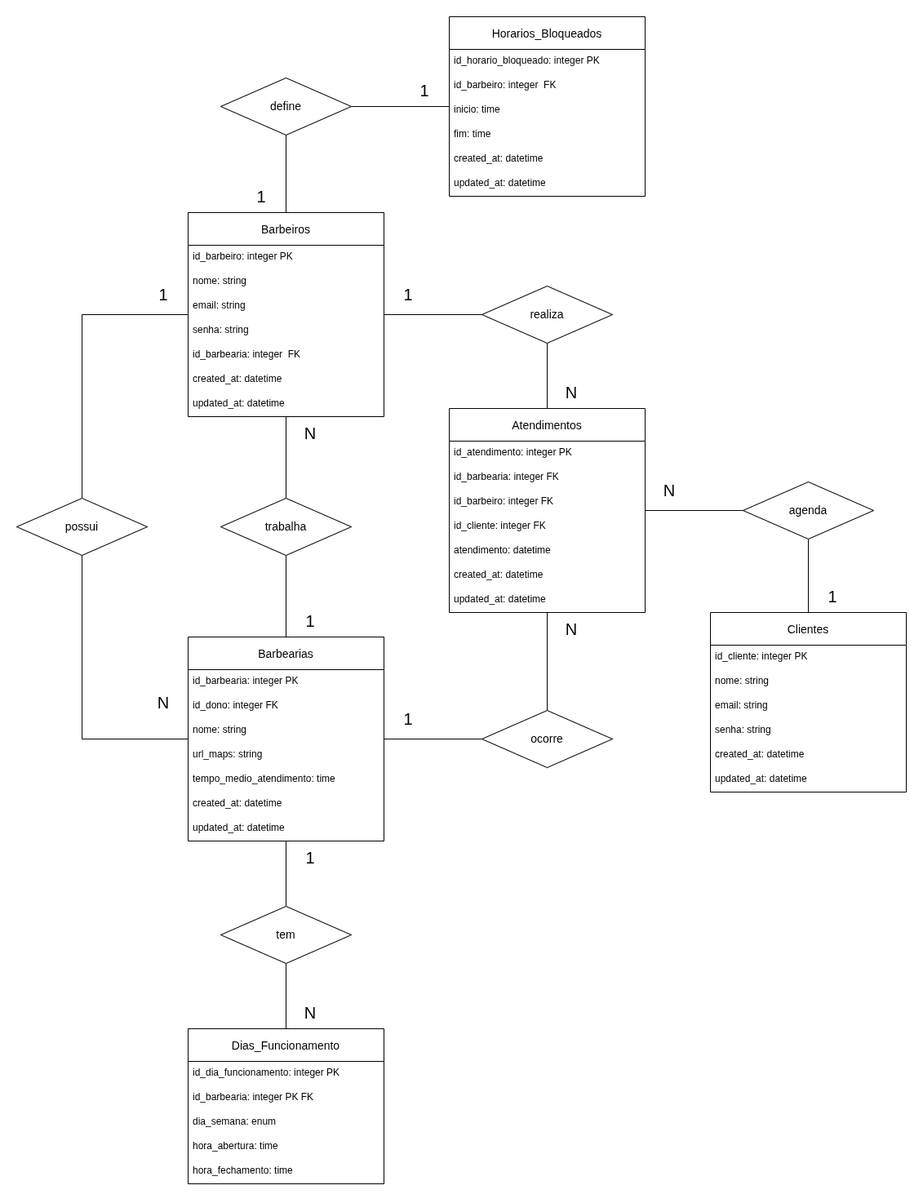
Before: documentation/DER.drawio.png, a diagram exported from draw.io (Gmmbr10/urban-cut). Source tidied: cells renumbered, new cells last; positions are measured from the earlier drawing's top-left corner, leaving out a move shared by most shapes.
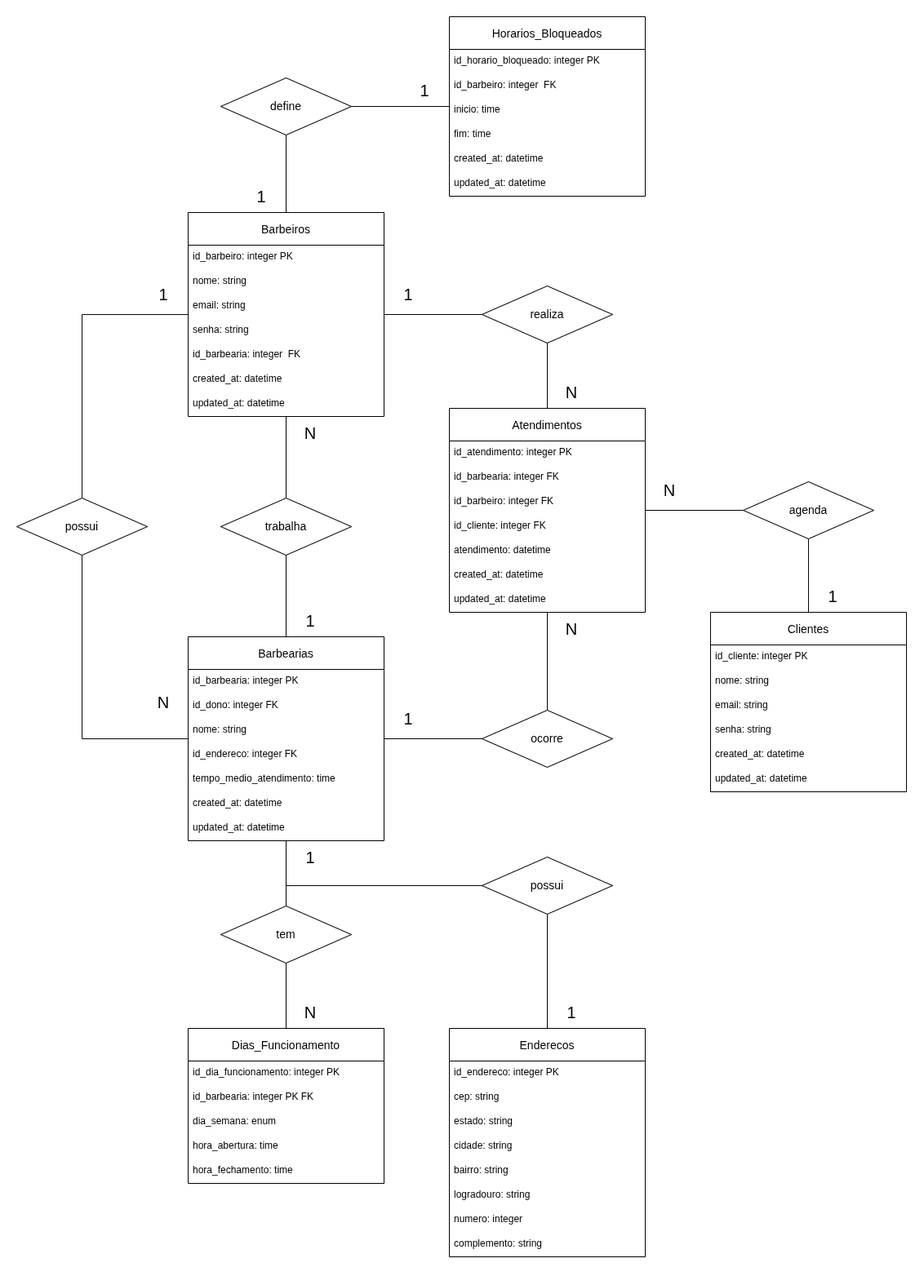
The same diagram one commit later.

The edit, as a diff of the source:
```diff
@@ -2,13 +2,13 @@
   <root>
     <mxCell id="0" />
     <mxCell id="1" parent="0" />
-    <mxCell id="2" style="edgeStyle=orthogonalEdgeStyle;rounded=0;jettySize=auto;html=1;endArrow=none;endFill=0;" parent="1" edge="1" source="5" target="24">
+    <mxCell id="2" style="edgeStyle=orthogonalEdgeStyle;rounded=0;jettySize=auto;html=1;endArrow=none;endFill=0;startArrow=none;startFill=0;" parent="1" edge="1" source="5" target="24">
       <mxGeometry relative="1" as="geometry" />
     </mxCell>
-    <mxCell id="3" style="edgeStyle=orthogonalEdgeStyle;rounded=0;jettySize=auto;html=1;endArrow=none;endFill=0;" parent="1" edge="1" source="5" target="44">
+    <mxCell id="3" style="edgeStyle=orthogonalEdgeStyle;rounded=0;jettySize=auto;html=1;endArrow=none;endFill=0;startArrow=none;startFill=0;" parent="1" edge="1" source="5" target="44">
       <mxGeometry relative="1" as="geometry" />
     </mxCell>
-    <mxCell id="4" style="edgeStyle=orthogonalEdgeStyle;rounded=0;jettySize=auto;html=1;endArrow=none;endFill=0;" parent="1" edge="1" source="5" target="78">
+    <mxCell id="4" style="edgeStyle=orthogonalEdgeStyle;rounded=0;jettySize=auto;html=1;endArrow=none;endFill=0;startArrow=none;startFill=0;" parent="1" edge="1" source="5" target="78">
       <mxGeometry relative="1" as="geometry" />
     </mxCell>
     <mxCell id="5" value="Barbeiros" style="swimlane;fontStyle=0;horizontal=1;startSize=40;align=center;fontSize=14;" parent="1" vertex="1">
@@ -35,10 +35,10 @@
     <mxCell id="12" value="updated_at: datetime" style="text;strokeColor=none;fillColor=none;spacingLeft=4;spacingRight=4;overflow=hidden;fontSize=12;whiteSpace=wrap;html=1;" parent="5" vertex="1">
       <mxGeometry y="220" width="240" height="30" as="geometry" />
     </mxCell>
-    <mxCell id="13" style="edgeStyle=orthogonalEdgeStyle;rounded=0;jettySize=auto;html=1;endArrow=none;endFill=0;" parent="1" edge="1" source="15" target="44">
+    <mxCell id="13" style="edgeStyle=orthogonalEdgeStyle;rounded=0;jettySize=auto;html=1;endArrow=none;endFill=0;startArrow=none;startFill=0;" parent="1" edge="1" source="15" target="44">
       <mxGeometry relative="1" as="geometry" />
     </mxCell>
-    <mxCell id="14" style="edgeStyle=orthogonalEdgeStyle;rounded=0;jettySize=auto;html=1;endArrow=none;endFill=0;" parent="1" edge="1" source="15" target="67">
+    <mxCell id="14" style="edgeStyle=orthogonalEdgeStyle;rounded=0;jettySize=auto;html=1;endArrow=none;endFill=0;startArrow=none;startFill=0;" parent="1" edge="1" source="15" target="67">
       <mxGeometry relative="1" as="geometry" />
     </mxCell>
     <mxCell id="15" value="Barbearias" style="swimlane;fontStyle=0;horizontal=1;startSize=40;align=center;fontSize=14;" parent="1" vertex="1">
@@ -53,7 +53,7 @@
     <mxCell id="18" value="nome: string" style="text;strokeColor=none;fillColor=none;spacingLeft=4;spacingRight=4;overflow=hidden;fontSize=12;whiteSpace=wrap;html=1;" parent="15" vertex="1">
       <mxGeometry y="100" width="240" height="30" as="geometry" />
     </mxCell>
-    <mxCell id="19" value="url_maps: string" style="text;strokeColor=none;fillColor=none;spacingLeft=4;spacingRight=4;overflow=hidden;fontSize=12;whiteSpace=wrap;html=1;" parent="15" vertex="1">
+    <mxCell id="19" value="id_endereco: integer FK" style="text;strokeColor=none;fillColor=none;spacingLeft=4;spacingRight=4;overflow=hidden;fontSize=12;whiteSpace=wrap;html=1;" parent="15" vertex="1">
       <mxGeometry y="130" width="240" height="30" as="geometry" />
     </mxCell>
     <mxCell id="20" value="tempo_medio_atendimento: time" style="text;strokeColor=none;fillColor=none;spacingLeft=4;spacingRight=4;overflow=hidden;fontSize=12;whiteSpace=wrap;html=1;" parent="15" vertex="1">
@@ -65,7 +65,7 @@
     <mxCell id="22" value="updated_at: datetime" style="text;strokeColor=none;fillColor=none;spacingLeft=4;spacingRight=4;overflow=hidden;fontSize=12;whiteSpace=wrap;html=1;" parent="15" vertex="1">
       <mxGeometry y="220" width="240" height="30" as="geometry" />
     </mxCell>
-    <mxCell id="23" style="edgeStyle=orthogonalEdgeStyle;rounded=0;jettySize=auto;html=1;endArrow=none;endFill=0;" parent="1" edge="1" source="24" target="15">
+    <mxCell id="23" style="edgeStyle=orthogonalEdgeStyle;rounded=0;jettySize=auto;html=1;endArrow=none;endFill=0;startArrow=none;startFill=0;" parent="1" edge="1" source="24" target="15">
       <mxGeometry relative="1" as="geometry" />
     </mxCell>
     <mxCell id="24" value="trabalha" style="rhombus;whiteSpace=wrap;html=1;fontSize=14;fontStyle=0;startSize=40;horizontal=1;" parent="1" vertex="1">
@@ -77,10 +77,10 @@
     <mxCell id="26" value="N" style="text;html=1;whiteSpace=wrap;strokeColor=none;fillColor=none;align=center;verticalAlign=middle;rounded=0;fontSize=20;" parent="1" vertex="1">
       <mxGeometry x="330" y="490" width="60" height="40" as="geometry" />
     </mxCell>
-    <mxCell id="27" style="edgeStyle=orthogonalEdgeStyle;rounded=0;jettySize=auto;html=1;endArrow=none;endFill=0;" parent="1" edge="1" source="29" target="38">
+    <mxCell id="27" style="edgeStyle=orthogonalEdgeStyle;rounded=0;jettySize=auto;html=1;endArrow=none;endFill=0;startArrow=none;startFill=0;" parent="1" edge="1" source="29" target="38">
       <mxGeometry relative="1" as="geometry" />
     </mxCell>
-    <mxCell id="28" style="edgeStyle=orthogonalEdgeStyle;rounded=0;jettySize=auto;html=1;endArrow=none;endFill=0;" parent="1" edge="1" source="29" target="40">
+    <mxCell id="28" style="edgeStyle=orthogonalEdgeStyle;rounded=0;jettySize=auto;html=1;endArrow=none;endFill=0;startArrow=none;startFill=0;" parent="1" edge="1" source="29" target="40">
       <mxGeometry relative="1" as="geometry" />
     </mxCell>
     <mxCell id="29" value="Atendimentos" style="swimlane;fontStyle=0;horizontal=1;startSize=40;align=center;fontSize=14;" parent="1" vertex="1">
@@ -107,13 +107,13 @@
     <mxCell id="36" value="updated_at: datetime" style="text;strokeColor=none;fillColor=none;spacingLeft=4;spacingRight=4;overflow=hidden;fontSize=12;whiteSpace=wrap;html=1;" parent="29" vertex="1">
       <mxGeometry y="220" width="240" height="30" as="geometry" />
     </mxCell>
-    <mxCell id="37" style="edgeStyle=orthogonalEdgeStyle;rounded=0;jettySize=auto;html=1;endArrow=none;endFill=0;" parent="1" edge="1" source="38" target="5">
+    <mxCell id="37" style="edgeStyle=orthogonalEdgeStyle;rounded=0;jettySize=auto;html=1;endArrow=none;endFill=0;startArrow=none;startFill=0;" parent="1" edge="1" source="38" target="5">
       <mxGeometry relative="1" as="geometry" />
     </mxCell>
     <mxCell id="38" value="realiza" style="rhombus;whiteSpace=wrap;html=1;fontSize=14;fontStyle=0;startSize=40;horizontal=1;" parent="1" vertex="1">
       <mxGeometry x="570" y="330" width="160" height="70" as="geometry" />
     </mxCell>
-    <mxCell id="39" style="edgeStyle=orthogonalEdgeStyle;rounded=0;jettySize=auto;html=1;endArrow=none;endFill=0;" parent="1" edge="1" source="40" target="15">
+    <mxCell id="39" style="edgeStyle=orthogonalEdgeStyle;rounded=0;jettySize=auto;html=1;endArrow=none;endFill=0;startArrow=none;startFill=0;" parent="1" edge="1" source="40" target="15">
       <mxGeometry relative="1" as="geometry" />
     </mxCell>
     <mxCell id="40" value="ocorre" style="rhombus;whiteSpace=wrap;html=1;fontSize=14;fontStyle=0;startSize=40;horizontal=1;" parent="1" vertex="1">
@@ -137,7 +137,7 @@
     <mxCell id="46" value="1" style="text;html=1;whiteSpace=wrap;strokeColor=none;fillColor=none;align=center;verticalAlign=middle;rounded=0;fontSize=20;" parent="1" vertex="1">
       <mxGeometry x="150" y="320" width="60" height="40" as="geometry" />
     </mxCell>
-    <mxCell id="47" style="edgeStyle=orthogonalEdgeStyle;rounded=0;jettySize=auto;html=1;endArrow=none;endFill=0;" parent="1" edge="1" source="48" target="57">
+    <mxCell id="47" style="edgeStyle=orthogonalEdgeStyle;rounded=0;jettySize=auto;html=1;endArrow=none;endFill=0;startArrow=none;startFill=0;" parent="1" edge="1" source="48" target="57">
       <mxGeometry relative="1" as="geometry" />
     </mxCell>
     <mxCell id="48" value="Clientes" style="swimlane;fontStyle=0;horizontal=1;startSize=40;align=center;fontSize=14;" parent="1" vertex="1">
@@ -164,7 +164,7 @@
     <mxCell id="55" value="1" style="text;html=1;whiteSpace=wrap;strokeColor=none;fillColor=none;align=center;verticalAlign=middle;rounded=0;fontSize=20;" parent="1" vertex="1">
       <mxGeometry x="450" y="840" width="60" height="40" as="geometry" />
     </mxCell>
-    <mxCell id="56" style="edgeStyle=orthogonalEdgeStyle;rounded=0;jettySize=auto;html=1;endArrow=none;endFill=0;" parent="1" edge="1" source="57" target="29">
+    <mxCell id="56" style="edgeStyle=orthogonalEdgeStyle;rounded=0;jettySize=auto;html=1;endArrow=none;endFill=0;startArrow=none;startFill=0;" parent="1" edge="1" source="57" target="29">
       <mxGeometry relative="1" as="geometry" />
     </mxCell>
     <mxCell id="57" value="agenda" style="rhombus;whiteSpace=wrap;html=1;fontSize=14;fontStyle=0;startSize=40;horizontal=1;" parent="1" vertex="1">
@@ -194,7 +194,7 @@
     <mxCell id="65" value="hora_fechamento: time" style="text;strokeColor=none;fillColor=none;spacingLeft=4;spacingRight=4;overflow=hidden;fontSize=12;whiteSpace=wrap;html=1;" parent="60" vertex="1">
       <mxGeometry y="160" width="240" height="30" as="geometry" />
     </mxCell>
-    <mxCell id="66" style="edgeStyle=orthogonalEdgeStyle;rounded=0;jettySize=auto;html=1;endArrow=none;endFill=0;" parent="1" edge="1" source="67" target="60">
+    <mxCell id="66" style="edgeStyle=orthogonalEdgeStyle;rounded=0;jettySize=auto;html=1;endArrow=none;endFill=0;startArrow=none;startFill=0;" parent="1" edge="1" source="67" target="60">
       <mxGeometry relative="1" as="geometry" />
     </mxCell>
     <mxCell id="67" value="tem" style="rhombus;whiteSpace=wrap;html=1;fontSize=14;fontStyle=0;startSize=40;horizontal=1;" parent="1" vertex="1">
@@ -227,7 +227,7 @@
     <mxCell id="76" value="updated_at: datetime" style="text;strokeColor=none;fillColor=none;spacingLeft=4;spacingRight=4;overflow=hidden;fontSize=12;whiteSpace=wrap;html=1;" parent="70" vertex="1">
       <mxGeometry y="190" width="240" height="30" as="geometry" />
     </mxCell>
-    <mxCell id="77" style="edgeStyle=orthogonalEdgeStyle;rounded=0;jettySize=auto;html=1;endArrow=none;endFill=0;" parent="1" edge="1" source="78" target="70">
+    <mxCell id="77" style="edgeStyle=orthogonalEdgeStyle;rounded=0;jettySize=auto;html=1;endArrow=none;endFill=0;startArrow=none;startFill=0;" parent="1" edge="1" source="78" target="70">
       <mxGeometry relative="1" as="geometry" />
     </mxCell>
     <mxCell id="78" value="define" style="rhombus;whiteSpace=wrap;html=1;fontSize=14;fontStyle=0;startSize=40;horizontal=1;" parent="1" vertex="1">
@@ -239,5 +239,44 @@
     <mxCell id="80" value="1" style="text;html=1;whiteSpace=wrap;strokeColor=none;fillColor=none;align=center;verticalAlign=middle;rounded=0;fontSize=20;" parent="1" vertex="1">
       <mxGeometry x="470" y="70" width="60" height="40" as="geometry" />
     </mxCell>
+    <mxCell id="81" style="edgeStyle=orthogonalEdgeStyle;rounded=0;jettySize=auto;html=1;startArrow=none;startFill=0;endArrow=none;endFill=0;" parent="1" edge="1" source="82" target="92">
+      <mxGeometry relative="1" as="geometry" />
+    </mxCell>
+    <mxCell id="82" value="Enderecos" style="swimlane;fontStyle=0;horizontal=1;startSize=40;align=center;fontSize=14;" parent="1" vertex="1">
+      <mxGeometry x="530" y="1240" width="240" height="280" as="geometry" />
+    </mxCell>
+    <mxCell id="83" value="id_endereco: integer PK" style="text;strokeColor=none;fillColor=none;spacingLeft=4;spacingRight=4;overflow=hidden;fontSize=12;whiteSpace=wrap;html=1;" parent="82" vertex="1">
+      <mxGeometry y="40" width="240" height="30" as="geometry" />
+    </mxCell>
+    <mxCell id="84" value="cep: string" style="text;strokeColor=none;fillColor=none;spacingLeft=4;spacingRight=4;overflow=hidden;fontSize=12;whiteSpace=wrap;html=1;" parent="82" vertex="1">
+      <mxGeometry y="70" width="240" height="30" as="geometry" />
+    </mxCell>
+    <mxCell id="85" value="estado: string" style="text;strokeColor=none;fillColor=none;spacingLeft=4;spacingRight=4;overflow=hidden;fontSize=12;whiteSpace=wrap;html=1;" parent="82" vertex="1">
+      <mxGeometry y="100" width="240" height="30" as="geometry" />
+    </mxCell>
+    <mxCell id="86" value="cidade: string" style="text;strokeColor=none;fillColor=none;spacingLeft=4;spacingRight=4;overflow=hidden;fontSize=12;whiteSpace=wrap;html=1;" parent="82" vertex="1">
+      <mxGeometry y="130" width="240" height="30" as="geometry" />
+    </mxCell>
+    <mxCell id="87" value="bairro: string" style="text;strokeColor=none;fillColor=none;spacingLeft=4;spacingRight=4;overflow=hidden;fontSize=12;whiteSpace=wrap;html=1;" parent="82" vertex="1">
+      <mxGeometry y="160" width="240" height="30" as="geometry" />
+    </mxCell>
+    <mxCell id="88" value="logradouro: string" style="text;strokeColor=none;fillColor=none;spacingLeft=4;spacingRight=4;overflow=hidden;fontSize=12;whiteSpace=wrap;html=1;" parent="82" vertex="1">
+      <mxGeometry y="190" width="240" height="30" as="geometry" />
+    </mxCell>
+    <mxCell id="89" value="numero: integer" style="text;strokeColor=none;fillColor=none;spacingLeft=4;spacingRight=4;overflow=hidden;fontSize=12;whiteSpace=wrap;html=1;" parent="82" vertex="1">
+      <mxGeometry y="220" width="240" height="30" as="geometry" />
+    </mxCell>
+    <mxCell id="90" value="complemento: string" style="text;strokeColor=none;fillColor=none;spacingLeft=4;spacingRight=4;overflow=hidden;fontSize=12;whiteSpace=wrap;html=1;" parent="82" vertex="1">
+      <mxGeometry y="250" width="240" height="30" as="geometry" />
+    </mxCell>
+    <mxCell id="91" style="edgeStyle=orthogonalEdgeStyle;rounded=0;jettySize=auto;html=1;startArrow=none;startFill=0;endArrow=none;endFill=0;" parent="1" edge="1" source="92" target="15">
+      <mxGeometry relative="1" as="geometry" />
+    </mxCell>
+    <mxCell id="92" value="possui" style="rhombus;whiteSpace=wrap;html=1;fontSize=14;fontStyle=0;startSize=40;horizontal=1;" parent="1" vertex="1">
+      <mxGeometry x="570" y="1030" width="160" height="70" as="geometry" />
+    </mxCell>
+    <mxCell id="93" value="1" style="text;html=1;whiteSpace=wrap;strokeColor=none;fillColor=none;align=center;verticalAlign=middle;rounded=0;fontSize=20;" parent="1" vertex="1">
+      <mxGeometry x="650" y="1200" width="60" height="40" as="geometry" />
+    </mxCell>
   </root>
 </mxGraphModel>
```
